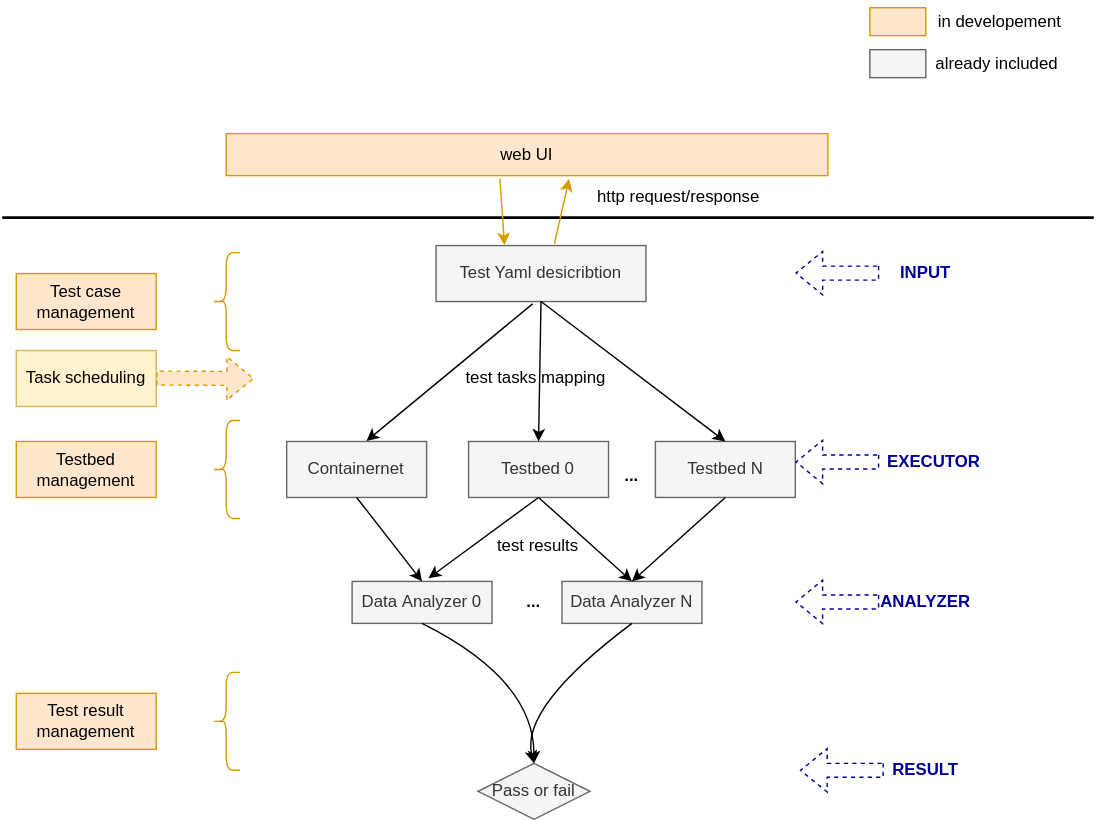
Earlier version of the draw.io export docs/imgs/oasis_arch.svg (penglei0/oasis). Source tidied: cells renumbered, new cells last; positions are measured from the earlier drawing's top-left corner, leaving out a move shared by most shapes.
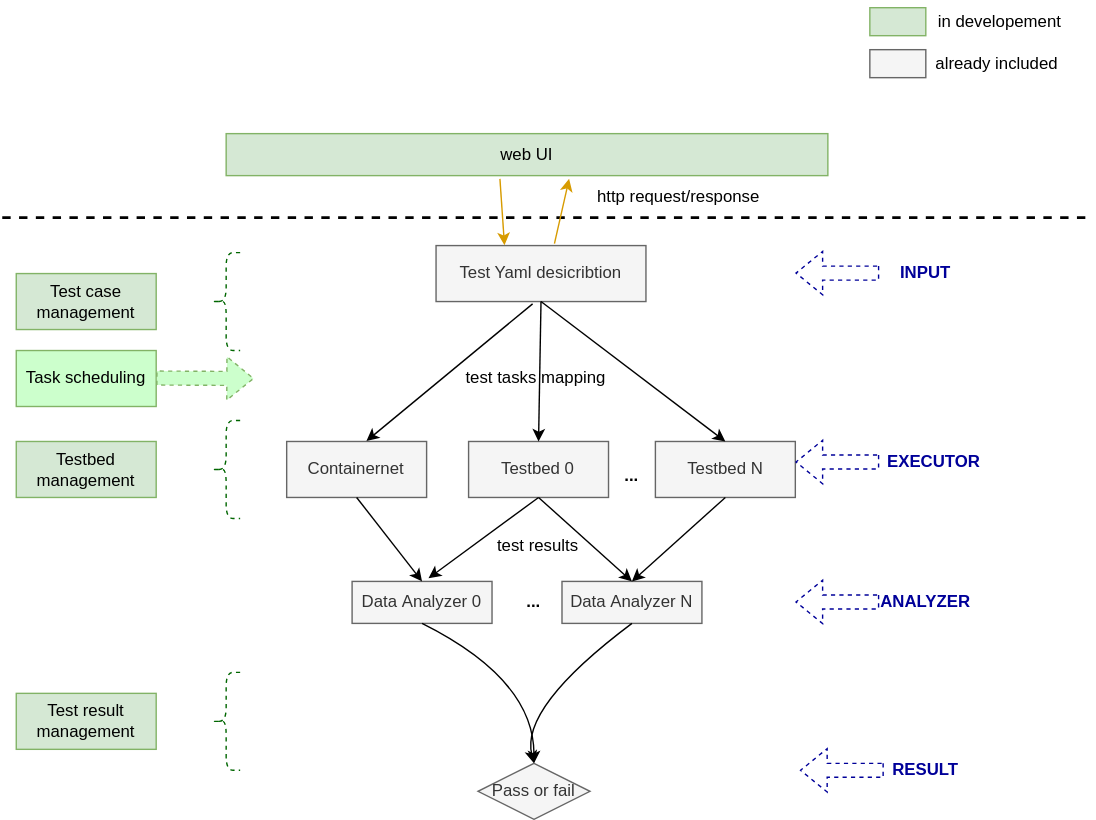
The same file after the commit.

Change to the diagram source:
```diff
@@ -107,28 +107,28 @@
         <mxPoint x="566.8" y="194.7" as="targetPoint" />
       </mxGeometry>
     </mxCell>
-    <mxCell id="29" style="shape=curlyBracket;whiteSpace=wrap;html=1;rounded=1;labelPosition=left;verticalLabelPosition=middle;align=right;verticalAlign=middle;fillColor=#ffe6cc;strokeColor=#d79b00;" parent="1" vertex="1">
+    <mxCell id="29" style="shape=curlyBracket;whiteSpace=wrap;html=1;rounded=1;labelPosition=left;verticalLabelPosition=middle;align=right;verticalAlign=middle;fillColor=#ffe6cc;strokeColor=#006600;dashed=1;" parent="1" vertex="1">
       <mxGeometry x="150" y="180" width="20" height="70" as="geometry" />
     </mxCell>
-    <mxCell id="30" style="shape=curlyBracket;whiteSpace=wrap;html=1;rounded=1;labelPosition=left;verticalLabelPosition=middle;align=right;verticalAlign=middle;fillColor=#ffe6cc;strokeColor=#d79b00;" parent="1" vertex="1">
+    <mxCell id="30" style="shape=curlyBracket;whiteSpace=wrap;html=1;rounded=1;labelPosition=left;verticalLabelPosition=middle;align=right;verticalAlign=middle;fillColor=#ffe6cc;strokeColor=#006600;dashed=1;" parent="1" vertex="1">
       <mxGeometry x="150" y="300" width="20" height="70" as="geometry" />
     </mxCell>
-    <mxCell id="31" style="shape=curlyBracket;whiteSpace=wrap;html=1;rounded=1;labelPosition=left;verticalLabelPosition=middle;align=right;verticalAlign=middle;fillColor=#ffe6cc;strokeColor=#d79b00;" parent="1" vertex="1">
+    <mxCell id="31" style="shape=curlyBracket;whiteSpace=wrap;html=1;rounded=1;labelPosition=left;verticalLabelPosition=middle;align=right;verticalAlign=middle;fillColor=#ffe6cc;strokeColor=#006600;dashed=1;" parent="1" vertex="1">
       <mxGeometry x="150" y="480" width="20" height="70" as="geometry" />
     </mxCell>
-    <mxCell id="32" value="Test case management" style="rounded=0;whiteSpace=wrap;html=1;fillColor=#ffe6cc;strokeColor=#d79b00;" parent="1" vertex="1">
+    <mxCell id="32" value="Test case management" style="rounded=0;whiteSpace=wrap;html=1;fillColor=#d5e8d4;strokeColor=#82b366;" parent="1" vertex="1">
       <mxGeometry x="10" y="195" width="100" height="40" as="geometry" />
     </mxCell>
-    <mxCell id="33" value="Testbed management" style="rounded=0;whiteSpace=wrap;html=1;fillColor=#ffe6cc;strokeColor=#d79b00;" parent="1" vertex="1">
+    <mxCell id="33" value="Testbed management" style="rounded=0;whiteSpace=wrap;html=1;fillColor=#d5e8d4;strokeColor=#82b366;" parent="1" vertex="1">
       <mxGeometry x="10" y="315" width="100" height="40" as="geometry" />
     </mxCell>
-    <mxCell id="34" value="Test result management" style="rounded=0;whiteSpace=wrap;html=1;fillColor=#ffe6cc;strokeColor=#d79b00;" parent="1" vertex="1">
+    <mxCell id="34" value="Test result management" style="rounded=0;whiteSpace=wrap;html=1;fillColor=#d5e8d4;strokeColor=#82b366;" parent="1" vertex="1">
       <mxGeometry x="10" y="495" width="100" height="40" as="geometry" />
     </mxCell>
-    <mxCell id="35" value="Task scheduling" style="rounded=0;whiteSpace=wrap;html=1;fillColor=#fff2cc;strokeColor=#d6b656;" parent="1" vertex="1">
+    <mxCell id="35" value="Task scheduling" style="rounded=0;whiteSpace=wrap;html=1;fillColor=#CCFFCC;strokeColor=#82b366;" parent="1" vertex="1">
       <mxGeometry x="10" y="250" width="100" height="40" as="geometry" />
     </mxCell>
-    <mxCell id="36" style="shape=flexArrow;endArrow=classic;html=1;rounded=0;exitX=0;exitY=0.5;exitDx=0;exitDy=0;dashed=1;strokeColor=#d79b00;fillColor=#ffe6cc;" parent="1" edge="1">
+    <mxCell id="36" style="shape=flexArrow;endArrow=classic;html=1;rounded=0;exitX=0;exitY=0.5;exitDx=0;exitDy=0;dashed=1;strokeColor=#82b366;fillColor=#CCFFCC;" parent="1" edge="1">
       <mxGeometry relative="1" as="geometry">
         <mxPoint x="110" y="269.7" as="sourcePoint" />
         <mxPoint x="180" y="270" as="targetPoint" />
@@ -137,13 +137,13 @@
     <mxCell id="37" value="&lt;b&gt;...&lt;/b&gt;" style="text;html=1;strokeColor=none;fillColor=none;align=center;verticalAlign=middle;whiteSpace=wrap;rounded=0;" parent="1" vertex="1">
       <mxGeometry x="420" y="325" width="60" height="30" as="geometry" />
     </mxCell>
-    <mxCell id="38" style="endArrow=none;html=1;rounded=0;strokeWidth=2;" parent="1" edge="1">
+    <mxCell id="38" style="endArrow=none;html=1;rounded=0;strokeWidth=2;dashed=1;strokeColor=#000000;" parent="1" edge="1">
       <mxGeometry relative="1" as="geometry">
         <mxPoint y="155" as="sourcePoint" />
         <mxPoint x="780" y="155" as="targetPoint" />
       </mxGeometry>
     </mxCell>
-    <mxCell id="39" value="web UI" style="rounded=0;whiteSpace=wrap;html=1;fillColor=#ffe6cc;strokeColor=#d79b00;" parent="1" vertex="1">
+    <mxCell id="39" value="web UI" style="rounded=0;whiteSpace=wrap;html=1;fillColor=#d5e8d4;strokeColor=#82b366;" parent="1" vertex="1">
       <mxGeometry x="160" y="95" width="430" height="30" as="geometry" />
     </mxCell>
     <mxCell id="40" style="endArrow=classic;html=1;rounded=0;entryX=0.326;entryY=-0.005;entryDx=0;entryDy=0;entryPerimeter=0;exitX=0.455;exitY=1.077;exitDx=0;exitDy=0;exitPerimeter=0;fillColor=#ffe6cc;strokeColor=#d79b00;" parent="1" edge="1" source="39" target="2">
@@ -158,7 +158,7 @@
     <mxCell id="43" style="rounded=0;whiteSpace=wrap;html=1;fillColor=#f5f5f5;fontColor=#333333;strokeColor=#666666;" parent="1" vertex="1">
       <mxGeometry x="620" y="35" width="40" height="20" as="geometry" />
     </mxCell>
-    <mxCell id="44" style="rounded=0;whiteSpace=wrap;html=1;fillColor=#ffe6cc;strokeColor=#d79b00;" parent="1" vertex="1">
+    <mxCell id="44" style="rounded=0;whiteSpace=wrap;html=1;fillColor=#d5e8d4;strokeColor=#82b366;" parent="1" vertex="1">
       <mxGeometry x="620" y="5" width="40" height="20" as="geometry" />
     </mxCell>
     <mxCell id="45" value="already included" style="text;html=1;strokeColor=none;fillColor=none;align=center;verticalAlign=middle;whiteSpace=wrap;rounded=0;" parent="1" vertex="1">
```
